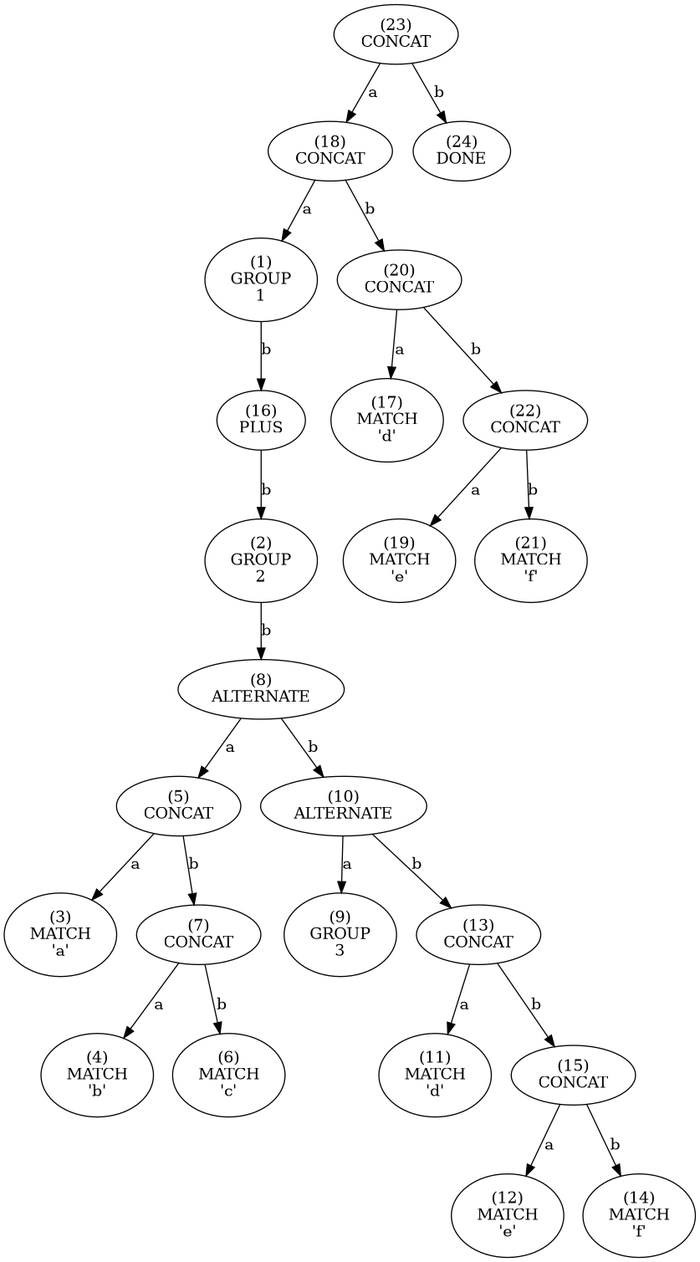
Before: tree.png, a diagram exported from Graphviz (essele/rele). Its source is kept beside it as tree.dot.
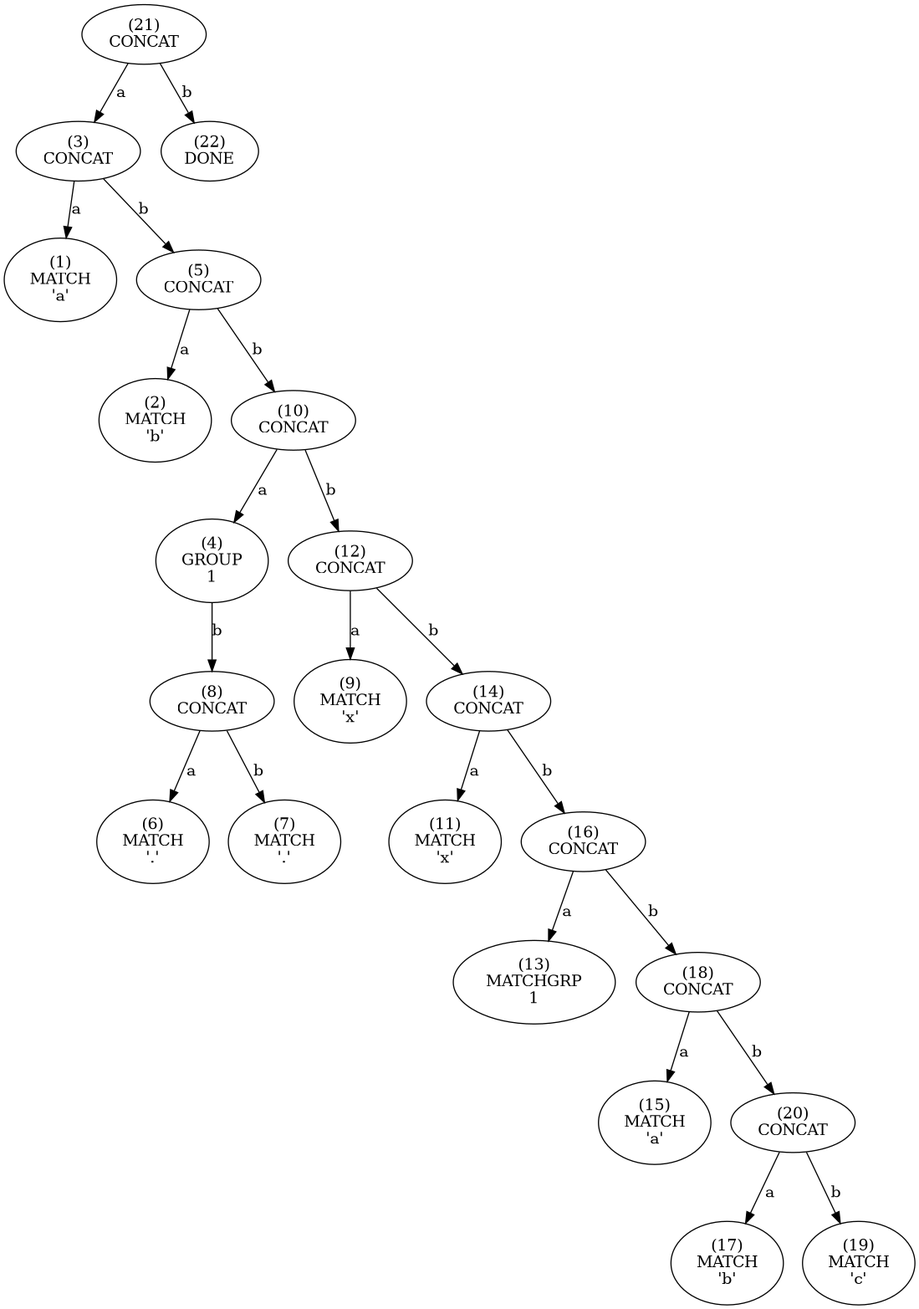
After the change.

Commit message:
Add initial support for backmatching groups, need to still validate impact when matching an empty group.

Diff of the diagram source:
```diff
@@ -1,49 +1,97 @@
 digraph tree {
-    n0xb7d0eb982410 [label="(11)
+    n0xb0521d28d590 [label="(23)
 CONCAT
 "];
-    n0xb7d0eb982410 -> n0xb7d0eb982310 [label="a"];
-    n0xb7d0eb982310 [label="(3)
+    n0xb0521d28d590 -> n0xb0521d28d310 [label="a"];
+    n0xb0521d28d310 [label="(3)
 CONCAT
 "];
-    n0xb7d0eb982310 -> n0xb7d0eb9822d0 [label="a"];
-    n0xb7d0eb9822d0 [label="(1)
+    n0xb0521d28d310 -> n0xb0521d28d2d0 [label="a"];
+    n0xb0521d28d2d0 [label="(1)
 MATCH
-'d'"];
-    n0xb7d0eb982310 -> n0xb7d0eb982350 [label="b"];
-    n0xb7d0eb982350 [label="(5)
+'a'"];
+    n0xb0521d28d310 -> n0xb0521d28d350 [label="b"];
+    n0xb0521d28d350 [label="(5)
 CONCAT
 "];
-    n0xb7d0eb982350 -> n0xb7d0eb9822f0 [label="a"];
-    n0xb7d0eb9822f0 [label="(2)
+    n0xb0521d28d350 -> n0xb0521d28d2f0 [label="a"];
+    n0xb0521d28d2f0 [label="(2)
 MATCH
-'e'"];
-    n0xb7d0eb982350 -> n0xb7d0eb982390 [label="b"];
-    n0xb7d0eb982390 [label="(7)
+'b'"];
+    n0xb0521d28d350 -> n0xb0521d28d3f0 [label="b"];
+    n0xb0521d28d3f0 [label="(10)
 CONCAT
 "];
-    n0xb7d0eb982390 -> n0xb7d0eb982330 [label="a"];
-    n0xb7d0eb982330 [label="(4)
+    n0xb0521d28d3f0 -> n0xb0521d28d330 [label="a"];
+    n0xb0521d28d330 [label="(4)
+GROUP
+1"];
+    n0xb0521d28d330 -> n0xb0521d28d3b0 [label="b"];
+    n0xb0521d28d3b0 [label="(8)
+CONCAT
+"];
+    n0xb0521d28d3b0 -> n0xb0521d28d370 [label="a"];
+    n0xb0521d28d370 [label="(6)
 MATCH
-'f'"];
-    n0xb7d0eb982390 -> n0xb7d0eb9823f0 [label="b"];
-    n0xb7d0eb9823f0 [label="(10)
+'.'"];
+    n0xb0521d28d3b0 -> n0xb0521d28d390 [label="b"];
+    n0xb0521d28d390 [label="(7)
+MATCH
+'.'"];
+    n0xb0521d28d3f0 -> n0xb0521d28d430 [label="b"];
+    n0xb0521d28d430 [label="(12)
+CONCAT
+"];
+    n0xb0521d28d430 -> n0xb0521d28d3d0 [label="a"];
+    n0xb0521d28d3d0 [label="(9)
+MATCH
+'x'"];
+    n0xb0521d28d430 -> n0xb0521d28d470 [label="b"];
+    n0xb0521d28d470 [label="(14)
+CONCAT
+"];
+    n0xb0521d28d470 -> n0xb0521d28d410 [label="a"];
+    n0xb0521d28d410 [label="(11)
+MATCH
+'x'"];
+    n0xb0521d28d470 -> n0xb0521d28d4f0 [label="b"];
+    n0xb0521d28d4f0 [label="(18)
+CONCAT
+"];
+    n0xb0521d28d4f0 -> n0xb0521d28d450 [label="a"];
+    n0xb0521d28d450 [label="(13)
+GROUP
+2"];
+    n0xb0521d28d450 -> n0xb0521d28d4b0 [label="b"];
+    n0xb0521d28d4b0 [label="(16)
 PLUS
 "];
-    n0xb7d0eb9823f0 -> n0xb7d0eb982370 [label="b"];
-    n0xb7d0eb982370 [label="(6)
-GROUP
+    n0xb0521d28d4b0 -> n0xb0521d28d490 [label="b"];
+    n0xb0521d28d490 [label="(15)
+MATCHGRP
 1"];
-    n0xb7d0eb982370 -> n0xb7d0eb9823d0 [label="b"];
-    n0xb7d0eb9823d0 [label="(9)
-PLUS
+    n0xb0521d28d4f0 -> n0xb0521d28d530 [label="b"];
+    n0xb0521d28d530 [label="(20)
+CONCAT
 "];
-    n0xb7d0eb9823d0 -> n0xb7d0eb9823b0 [label="b"];
-    n0xb7d0eb9823b0 [label="(8)
-GROUP
-2"];
-    n0xb7d0eb982410 -> n0xb7d0eb982430 [label="b"];
-    n0xb7d0eb982430 [label="(12)
+    n0xb0521d28d530 -> n0xb0521d28d4d0 [label="a"];
+    n0xb0521d28d4d0 [label="(17)
+MATCH
+'a'"];
+    n0xb0521d28d530 -> n0xb0521d28d570 [label="b"];
+    n0xb0521d28d570 [label="(22)
+CONCAT
+"];
+    n0xb0521d28d570 -> n0xb0521d28d510 [label="a"];
+    n0xb0521d28d510 [label="(19)
+MATCH
+'b'"];
+    n0xb0521d28d570 -> n0xb0521d28d550 [label="b"];
+    n0xb0521d28d550 [label="(21)
+MATCH
+'c'"];
+    n0xb0521d28d590 -> n0xb0521d28d5b0 [label="b"];
+    n0xb0521d28d5b0 [label="(24)
 DONE
 "];
 }
```
